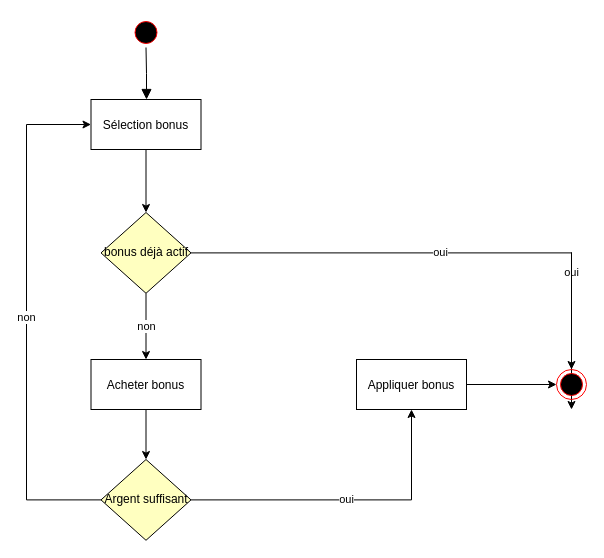
The draw.io diagram Diagrammes/Diagrammes d'activité/Diagramme d'activité - AcheterBonus.drawio in Eoloc/M1MIAGE_ProjetUML, before the edit. Source tidied: cells renumbered, new cells numbered last; positions are measured from the earlier drawing's top-left corner, leaving out a move shared by most shapes. Both pictures are drawn from the tidied source at 100%, with x=0, y=0 at pixel (26, 17).
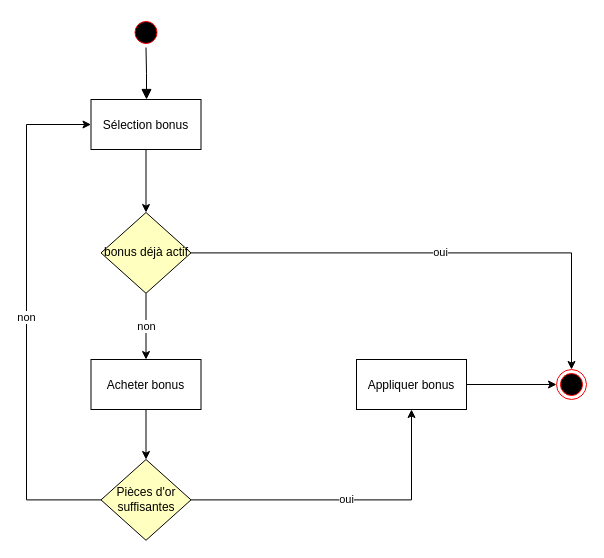
After the change.

Commit message:
diagramme activité bonus

Unchanged cells that the change refers to:
```xml
<mxCell id="16" style="ellipse;shape=endState;fillColor=#000000;strokeColor=#ff0000;" parent="1" vertex="1">
  <mxGeometry x="530" y="352" width="30" height="30" as="geometry" />
</mxCell>
```

The edit, as a diff of the source:
```diff
@@
-    <mxCell id="6" value="oui" style="edgeStyle=orthogonalEdgeStyle;rounded=0;jettySize=auto;html=1;" parent="1" edge="1" source="16">
-      <mxGeometry relative="1" as="geometry">
-        <mxPoint x="545" y="392" as="targetPoint" />
-        <Array as="points">
-          <mxPoint x="545" y="235" />
-        </Array>
-      </mxGeometry>
-    </mxCell>
@@
-    <mxCell id="15" value="Argent suffisant" style="rhombus;whiteSpace=wrap;html=1;fillColor=#ffffc0;" parent="1" vertex="1">
+    <mxCell id="15" value="Pièces d'or suffisantes" style="rhombus;whiteSpace=wrap;html=1;fillColor=#ffffc0;" parent="1" vertex="1">
       <mxGeometry x="74.5" y="442" width="90" height="80.8" as="geometry" />
     </mxCell>
```
